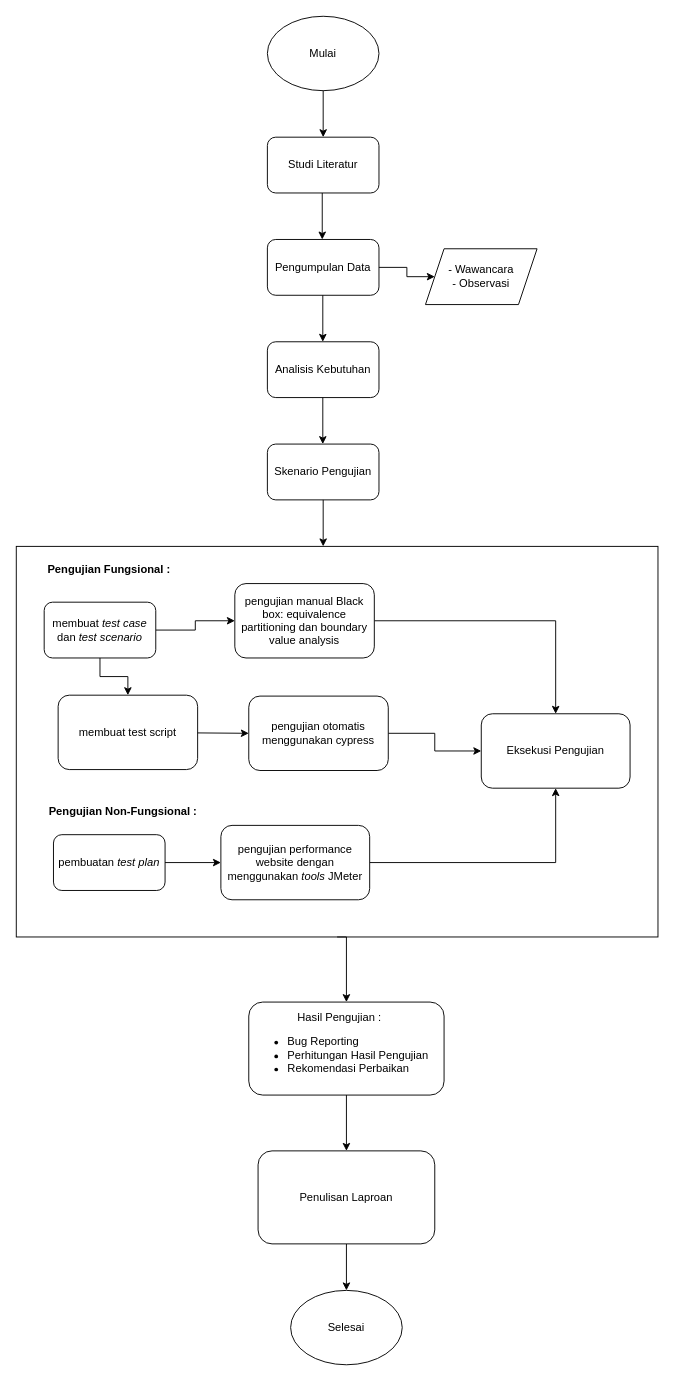
This is Diagram Tanpa Judul.drawio from atoengg/enggmedsos.github.io, a draw.io file, before an edit. Source tidied: cells renumbered, new cells numbered last; positions are measured from the earlier drawing's top-left corner, leaving out a move shared by most shapes. Both pictures are drawn from the tidied source at 93%, with x=0, y=0 at pixel (16, 16).
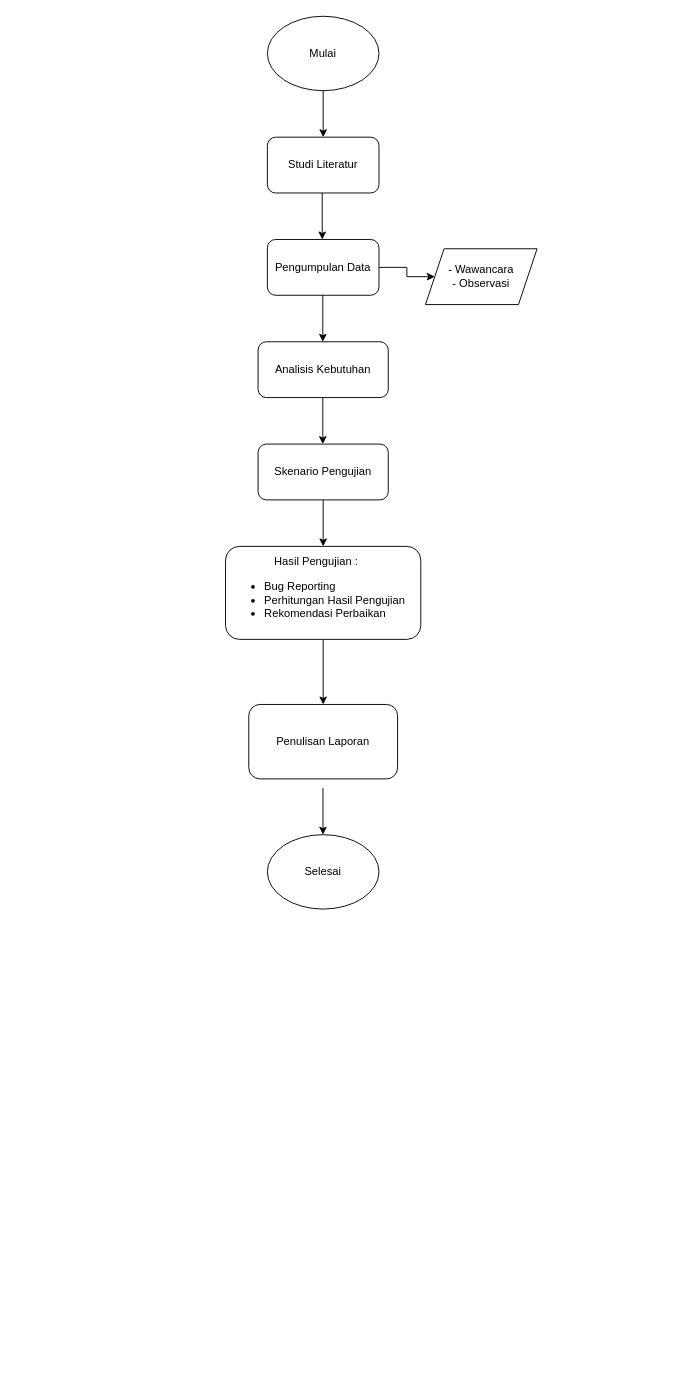
The same diagram, later.

The edit, as a diff of the source:
```diff
@@
     <mxCell id="8" value="Analisis Kebutuhan" style="rounded=1;whiteSpace=wrap;html=1;labelBackgroundColor=none;" parent="1" vertex="1">
-      <mxGeometry x="270" y="350" width="120" height="60" as="geometry" />
+      <mxGeometry x="260" y="350" width="140" height="60" as="geometry" />
     </mxCell>
@@
     <mxCell id="11" value="Skenario Pengujian" style="rounded=1;whiteSpace=wrap;html=1;labelBackgroundColor=none;" parent="1" vertex="1">
-      <mxGeometry x="270" y="460" width="120" height="60" as="geometry" />
+      <mxGeometry x="260" y="460" width="140" height="60" as="geometry" />
     </mxCell>
@@
-    <mxCell id="13" style="rounded=0;whiteSpace=wrap;html=1;" parent="1" vertex="1">
-      <mxGeometry y="570" width="690" height="420" as="geometry" />
-    </mxCell>
-    <mxCell id="14" style="edgeStyle=orthogonalEdgeStyle;rounded=0;jettySize=auto;html=1;" parent="1" edge="1" source="15" target="19">
-      <mxGeometry relative="1" as="geometry" />
-    </mxCell>
-    <mxCell id="15" value="membuat &lt;i&gt;test case&lt;/i&gt; dan &lt;i&gt;test scenario&lt;/i&gt;" style="rounded=1;whiteSpace=wrap;html=1;labelBackgroundColor=none;" parent="1" vertex="1">
-      <mxGeometry x="30" y="630" width="120" height="60" as="geometry" />
-    </mxCell>
-    <mxCell id="16" value="&lt;b&gt;Pengujian Fungsional :&lt;/b&gt;" style="text;strokeColor=none;align=center;fillColor=none;html=1;verticalAlign=middle;whiteSpace=wrap;rounded=0;" parent="1" vertex="1">
-      <mxGeometry x="30" y="580" width="140" height="30" as="geometry" />
-    </mxCell>
@@
-    <mxCell id="18" style="edgeStyle=orthogonalEdgeStyle;rounded=0;jettySize=auto;html=1;" parent="1" edge="1" source="19" target="30">
-      <mxGeometry relative="1" as="geometry" />
-    </mxCell>
-    <mxCell id="19" value="pengujian manual Black box: equivalence partitioning dan boundary value analysis" style="rounded=1;whiteSpace=wrap;html=1;labelBackgroundColor=none;" parent="1" vertex="1">
-      <mxGeometry x="235" y="610" width="150" height="80" as="geometry" />
-    </mxCell>
-    <mxCell id="20" style="edgeStyle=orthogonalEdgeStyle;rounded=0;jettySize=auto;html=1;exitX=1;exitY=0.5;exitDx=0;exitDy=0;" parent="1" edge="1" source="21" target="30">
-      <mxGeometry relative="1" as="geometry" />
-    </mxCell>
-    <mxCell id="21" value="pengujian otomatis menggunakan cypress" style="rounded=1;whiteSpace=wrap;html=1;labelBackgroundColor=none;" parent="1" vertex="1">
-      <mxGeometry x="250" y="731" width="150" height="80" as="geometry" />
-    </mxCell>
-    <mxCell id="22" style="endArrow=classic;html=1;rounded=0;entryX=0.5;entryY=0;entryDx=0;entryDy=0;exitX=0.5;exitY=1;exitDx=0;exitDy=0;" parent="1" edge="1" source="15" target="23">
-      <mxGeometry relative="1" as="geometry">
-        <Array as="points">
-          <mxPoint x="90" y="710" />
-          <mxPoint x="120" y="710" />
-        </Array>
-      </mxGeometry>
-    </mxCell>
-    <mxCell id="23" value="membuat test script" style="rounded=1;whiteSpace=wrap;html=1;labelBackgroundColor=none;" parent="1" vertex="1">
-      <mxGeometry x="45" y="730" width="150" height="80" as="geometry" />
-    </mxCell>
-    <mxCell id="24" style="endArrow=classic;html=1;rounded=0;entryX=0;entryY=0.5;entryDx=0;entryDy=0;" parent="1" edge="1" source="23" target="21">
-      <mxGeometry relative="1" as="geometry" />
-    </mxCell>
-    <mxCell id="25" value="pembuatan &lt;i&gt;test plan&lt;/i&gt;" style="rounded=1;whiteSpace=wrap;html=1;labelBackgroundColor=none;" parent="1" vertex="1">
-      <mxGeometry x="40" y="880" width="120" height="60" as="geometry" />
-    </mxCell>
-    <mxCell id="26" style="edgeStyle=orthogonalEdgeStyle;rounded=0;jettySize=auto;html=1;exitX=1;exitY=0.5;exitDx=0;exitDy=0;" parent="1" edge="1" source="27" target="30">
-      <mxGeometry relative="1" as="geometry" />
-    </mxCell>
-    <mxCell id="27" value="pengujian performance website dengan menggunakan &lt;i&gt;tools &lt;/i&gt;JMeter" style="rounded=1;whiteSpace=wrap;html=1;labelBackgroundColor=none;" parent="1" vertex="1">
-      <mxGeometry x="220" y="870" width="160" height="80" as="geometry" />
-    </mxCell>
-    <mxCell id="28" style="endArrow=classic;html=1;rounded=0;exitX=1;exitY=0.5;exitDx=0;exitDy=0;entryX=0;entryY=0.5;entryDx=0;entryDy=0;" parent="1" edge="1" source="25" target="27">
-      <mxGeometry relative="1" as="geometry" />
-    </mxCell>
-    <mxCell id="29" value="&lt;b&gt;Pengujian Non-Fungsional :&lt;/b&gt;" style="text;strokeColor=none;align=center;fillColor=none;html=1;verticalAlign=middle;whiteSpace=wrap;rounded=0;" parent="1" vertex="1">
-      <mxGeometry x="30" y="840" width="170" height="30" as="geometry" />
-    </mxCell>
-    <mxCell id="30" value="Eksekusi Pengujian" style="rounded=1;whiteSpace=wrap;html=1;labelBackgroundColor=none;" parent="1" vertex="1">
-      <mxGeometry x="500" y="750" width="160" height="80" as="geometry" />
-    </mxCell>
@@
     <mxCell id="32" value="&lt;div style=&quot;text-align: center;&quot;&gt;&lt;span style=&quot;background-color: initial;&quot;&gt;Hasil Pengujian :&lt;/span&gt;&lt;/div&gt;&lt;div&gt;&lt;ul&gt;&lt;li&gt;Bug Reporting&lt;/li&gt;&lt;li&gt;Perhitungan Hasil Pengujian&lt;/li&gt;&lt;li&gt;Rekomendasi Perbaikan&lt;/li&gt;&lt;/ul&gt;&lt;/div&gt;" style="rounded=1;whiteSpace=wrap;html=1;align=left;" parent="1" vertex="1">
-      <mxGeometry x="250" y="1060" width="210" height="100" as="geometry" />
+      <mxGeometry x="225" y="570" width="210" height="100" as="geometry" />
     </mxCell>
-    <mxCell id="33" style="edgeStyle=orthogonalEdgeStyle;rounded=0;jettySize=auto;html=1;exitX=0.5;exitY=1;exitDx=0;exitDy=0;entryX=0.5;entryY=0;entryDx=0;entryDy=0;" parent="1" edge="1" source="13" target="32">
-      <mxGeometry relative="1" as="geometry">
-        <Array as="points">
-          <mxPoint x="355" y="990" />
-        </Array>
-      </mxGeometry>
-    </mxCell>
-    <mxCell id="34" style="edgeStyle=orthogonalEdgeStyle;rounded=0;jettySize=auto;html=1;exitX=0.5;exitY=1;exitDx=0;exitDy=0;" parent="1" edge="1" source="35" target="36">
-      <mxGeometry relative="1" as="geometry" />
+    <mxCell id="34" style="edgeStyle=orthogonalEdgeStyle;rounded=0;orthogonalLoop=1;jettySize=auto;html=1;exitX=0.5;exitY=1;exitDx=0;exitDy=0;" parent="1" edge="1">
+      <mxGeometry relative="1" as="geometry">
+        <mxPoint x="329.8" y="830" as="sourcePoint" />
+        <mxPoint x="329.8" y="880" as="targetPoint" />
+      </mxGeometry>
     </mxCell>
-    <mxCell id="35" value="Penulisan Laproan" style="rounded=1;whiteSpace=wrap;html=1;" parent="1" vertex="1">
-      <mxGeometry x="260" y="1220" width="190" height="100" as="geometry" />
+    <mxCell id="35" value="Penulisan Laporan" style="rounded=1;whiteSpace=wrap;html=1;" parent="1" vertex="1">
+      <mxGeometry x="250" y="740" width="160" height="80" as="geometry" />
     </mxCell>
     <mxCell id="36" value="Selesai" style="ellipse;whiteSpace=wrap;html=1;" parent="1" vertex="1">
-      <mxGeometry x="295" y="1370" width="120" height="80" as="geometry" />
+      <mxGeometry x="270" y="880" width="120" height="80" as="geometry" />
     </mxCell>
```
